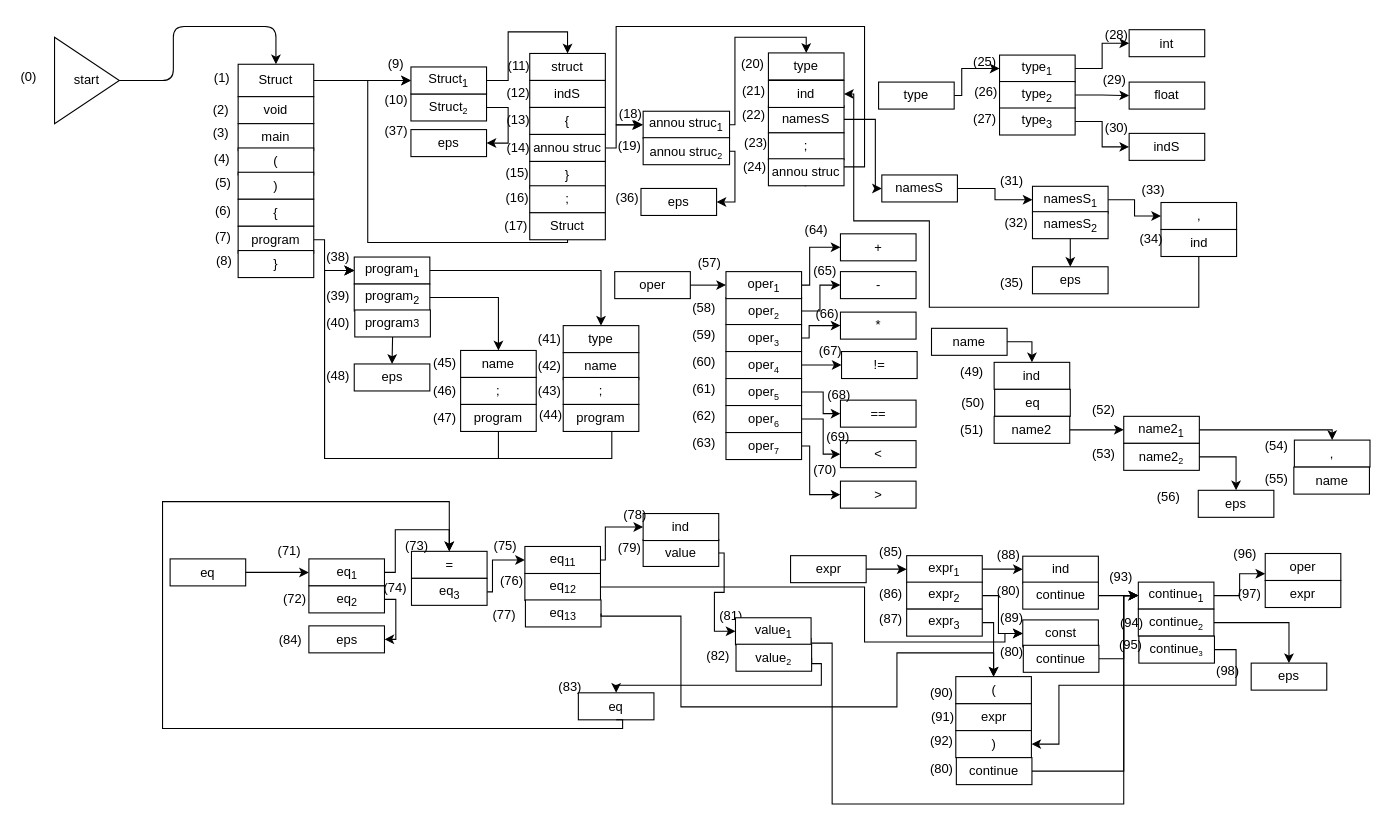
Before: syn.drawio in optozorax/labs_translation_methods, a draw.io diagram. Source tidied: cells renumbered, new cells numbered last; positions are measured from the earlier drawing's top-left corner, leaving out a move shared by most shapes. Both pictures are drawn from the tidied source at 108%, with x=0, y=0 at pixel (18, 24).
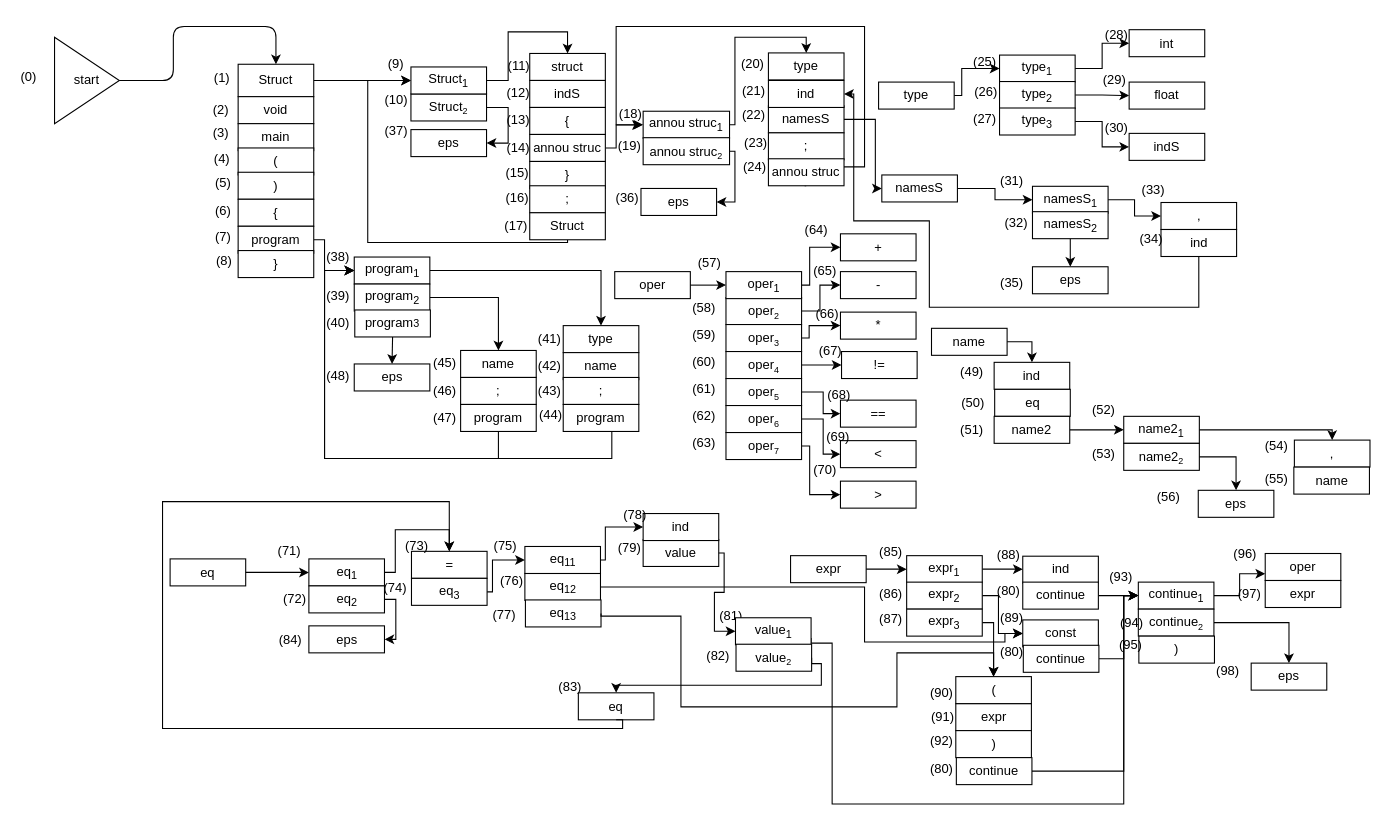
The same diagram, later.

The change refers to these unchanged cells:
```xml
<mxCell id="192" value=")" style="rounded=0;whiteSpace=wrap;html=1;" parent="1" vertex="1">
  <mxGeometry x="867.5" y="654" width="70" height="25" as="geometry" />
</mxCell>
```

Change to the diagram source:
```diff
@@
-    <mxCell id="268" style="edgeStyle=orthogonalEdgeStyle;rounded=0;jettySize=auto;html=1;exitX=1;exitY=0.5;exitDx=0;exitDy=0;entryX=1;entryY=0.5;entryDx=0;entryDy=0;" parent="1" edge="1" source="269" target="192">
-      <mxGeometry relative="1" as="geometry">
-        <Array as="points">
-          <mxPoint x="1127" y="579" />
-          <mxPoint x="1127" y="612" />
-          <mxPoint x="963" y="612" />
-          <mxPoint x="963" y="667" />
-        </Array>
-      </mxGeometry>
-    </mxCell>
-    <mxCell id="269" value="continue&lt;span style=&quot;font-size: 8.33333px&quot;&gt;&lt;sub&gt;3&lt;/sub&gt;&lt;/span&gt;&lt;br&gt;" style="rounded=0;whiteSpace=wrap;html=1;" parent="1" vertex="1">
+    <mxCell id="269" value=")&lt;br&gt;" style="rounded=0;whiteSpace=wrap;html=1;" parent="1" vertex="1">
       <mxGeometry x="1037" y="566.5" width="70" height="25" as="geometry" />
     </mxCell>
```
